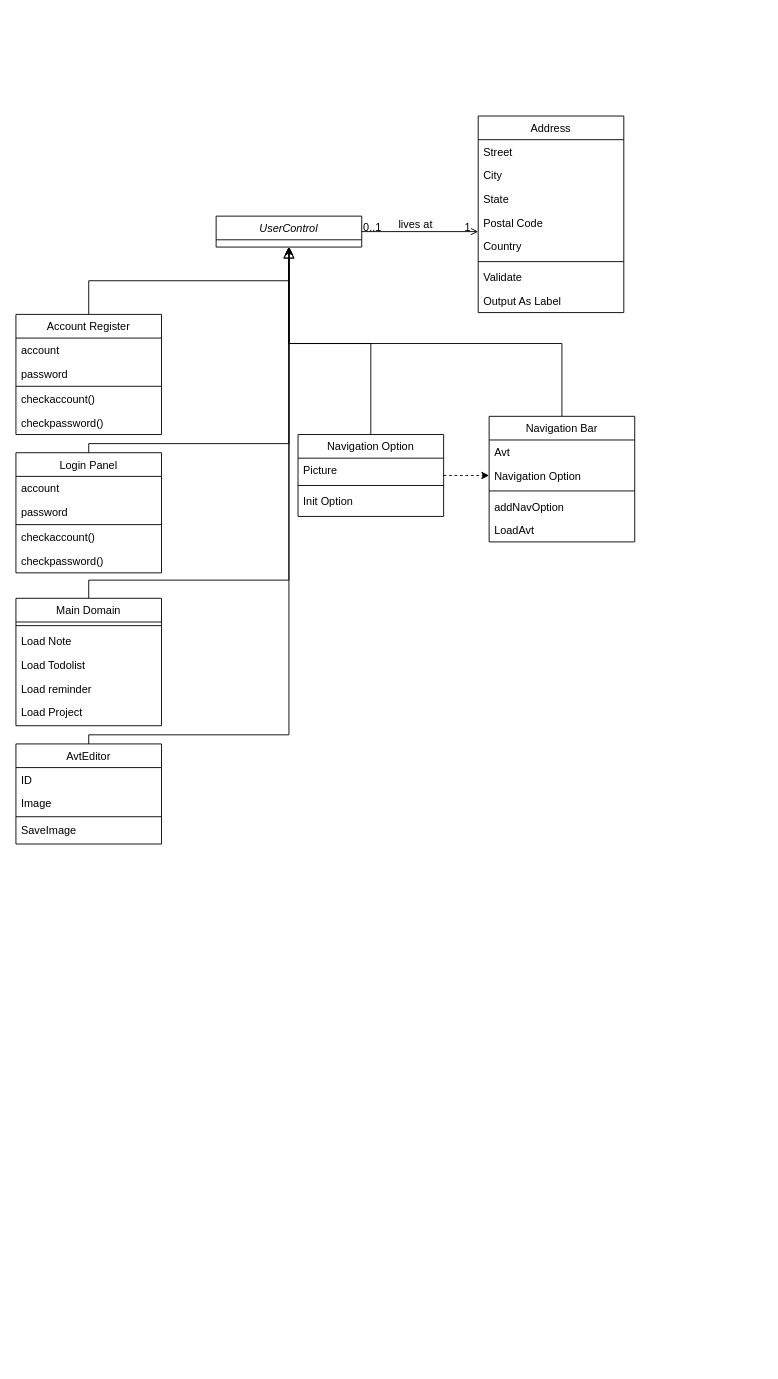
Before: images/Untitled Diagram.drawio in NhaDo/Note-Management, a draw.io diagram. Source tidied: cells renumbered, new cells numbered last; positions are measured from the earlier drawing's top-left corner, leaving out a move shared by most shapes. Both pictures are drawn from the tidied source at 91%, with x=0, y=0 at pixel (15, 116).
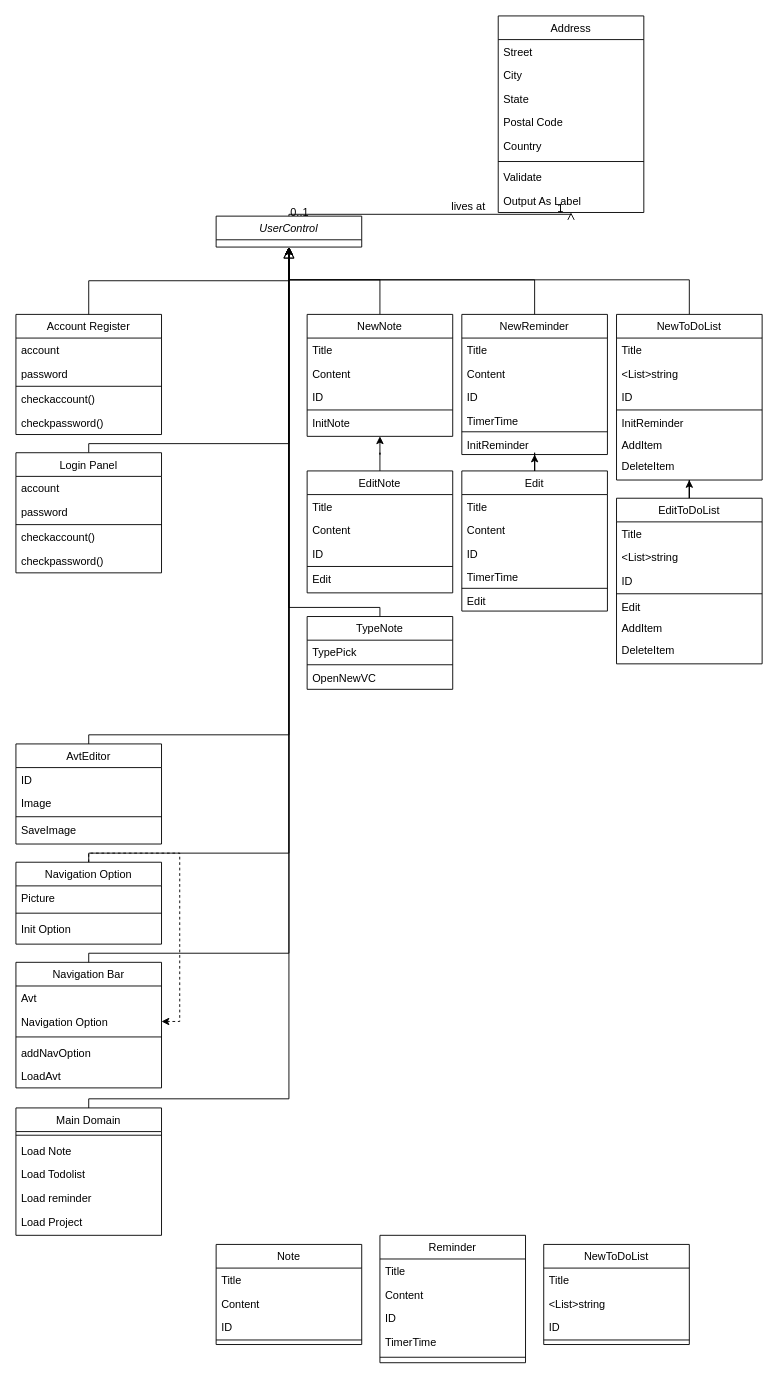
After the change.

Unchanged cells that the change refers to:
```xml
<mxCell id="2" value="UserControl" style="swimlane;fontStyle=2;align=center;verticalAlign=top;horizontal=1;startSize=26;rounded=0;shadow=0;strokeWidth=1;" parent="1" vertex="1">
  <mxGeometry x="220" y="110" width="160" height="34" as="geometry" />
</mxCell>
<mxCell id="5" value="Navigation Option" style="text;align=left;verticalAlign=top;spacingLeft=4;spacingRight=4;overflow=hidden;points=[[0,0.5],[1,0.5]];portConstraint=eastwest;rounded=0;shadow=0;html=0;" parent="3" vertex="1">
  <mxGeometry y="52" width="160" height="26" as="geometry" />
</mxCell>
```

Diff of the diagram source:
```diff
@@
     <mxCell id="3" value="Navigation Bar&#10;" style="swimlane;fontStyle=0;align=center;verticalAlign=top;horizontal=1;startSize=26;rounded=0;shadow=0;strokeWidth=1;" parent="1" vertex="1">
-      <mxGeometry x="520" y="330" width="160" height="138" as="geometry" />
+      <mxGeometry y="930" width="160" height="138" as="geometry" />
     </mxCell>
@@
     <mxCell id="9" style="endArrow=block;endSize=10;endFill=0;shadow=0;strokeWidth=1;rounded=0;edgeStyle=elbowEdgeStyle;elbow=vertical;" parent="1" edge="1" source="3" target="2">
       <mxGeometry relative="1" as="geometry">
         <Array as="points">
+          <mxPoint x="190" y="920" />
+          <mxPoint x="270" y="920" />
+          <mxPoint x="550" y="870" />
+          <mxPoint x="460" y="960" />
+          <mxPoint x="300" y="900" />
+          <mxPoint x="300" y="490" />
           <mxPoint x="420" y="250" />
         </Array>
       </mxGeometry>
     </mxCell>
@@
     <mxCell id="17" value="Address" style="swimlane;fontStyle=0;align=center;verticalAlign=top;horizontal=1;startSize=26;rounded=0;shadow=0;strokeWidth=1;" parent="1" vertex="1">
-      <mxGeometry x="508" width="160" height="216" as="geometry" />
+      <mxGeometry x="530" y="-110" width="160" height="216" as="geometry" />
     </mxCell>
@@
     <mxCell id="30" style="edgeStyle=orthogonalEdgeStyle;rounded=0;jettySize=auto;html=1;" parent="1" edge="1" source="32" target="2">
       <mxGeometry relative="1" as="geometry">
         <Array as="points">
-          <mxPoint x="390" y="250" />
-          <mxPoint x="300" y="250" />
+          <mxPoint x="80" y="810" />
+          <mxPoint x="300" y="810" />
         </Array>
       </mxGeometry>
     </mxCell>
     <mxCell id="31" style="edgeStyle=orthogonalEdgeStyle;rounded=0;jettySize=auto;html=1;dashed=1;" parent="1" edge="1" source="32" target="5">
-      <mxGeometry relative="1" as="geometry" />
+      <mxGeometry relative="1" as="geometry">
+        <Array as="points">
+          <mxPoint x="80" y="810" />
+          <mxPoint x="180" y="810" />
+          <mxPoint x="180" y="995" />
+        </Array>
+      </mxGeometry>
     </mxCell>
     <mxCell id="32" value="Navigation Option" style="swimlane;fontStyle=0;align=center;verticalAlign=top;horizontal=1;startSize=26;rounded=0;shadow=0;strokeWidth=1;" parent="1" vertex="1">
-      <mxGeometry x="310" y="350" width="160" height="90" as="geometry" />
+      <mxGeometry y="820" width="160" height="90" as="geometry" />
     </mxCell>
@@
     <mxCell id="43" style="edgeStyle=orthogonalEdgeStyle;rounded=0;jettySize=auto;html=1;" parent="1" edge="1" source="44" target="2">
       <mxGeometry relative="1" as="geometry">
         <Array as="points">
-          <mxPoint x="80" y="510" />
-          <mxPoint x="300" y="510" />
+          <mxPoint x="80" y="1080" />
+          <mxPoint x="300" y="1080" />
         </Array>
       </mxGeometry>
     </mxCell>
     <mxCell id="44" value="Main Domain" style="swimlane;fontStyle=0;align=center;verticalAlign=top;horizontal=1;startSize=26;rounded=0;shadow=0;strokeWidth=1;" parent="1" vertex="1">
-      <mxGeometry y="530" width="160" height="140" as="geometry" />
+      <mxGeometry y="1090" width="160" height="140" as="geometry" />
     </mxCell>
@@
+    <mxCell id="56" style="edgeStyle=orthogonalEdgeStyle;rounded=0;jettySize=auto;html=1;" parent="1" edge="1" source="57" target="2">
+      <mxGeometry relative="1" as="geometry">
+        <Array as="points">
+          <mxPoint x="400" y="180" />
+          <mxPoint x="300" y="180" />
+        </Array>
+      </mxGeometry>
+    </mxCell>
+    <mxCell id="57" value="NewNote" style="swimlane;fontStyle=0;align=center;verticalAlign=top;horizontal=1;startSize=26;rounded=0;shadow=0;strokeWidth=1;" parent="1" vertex="1">
+      <mxGeometry x="320" y="218" width="160" height="134" as="geometry" />
+    </mxCell>
+    <mxCell id="58" value="Title" style="text;align=left;verticalAlign=top;spacingLeft=4;spacingRight=4;overflow=hidden;" parent="57" vertex="1">
+      <mxGeometry y="26" width="160" height="26" as="geometry" />
+    </mxCell>
+    <mxCell id="59" value="Content" style="text;align=left;verticalAlign=top;spacingLeft=4;spacingRight=4;overflow=hidden;" parent="57" vertex="1">
+      <mxGeometry y="52" width="160" height="26" as="geometry" />
+    </mxCell>
+    <mxCell id="60" value="ID" style="text;align=left;verticalAlign=top;spacingLeft=4;spacingRight=4;overflow=hidden;" parent="57" vertex="1">
+      <mxGeometry y="78" width="160" height="26" as="geometry" />
+    </mxCell>
+    <mxCell id="61" style="line;html=1;strokeWidth=1;align=left;verticalAlign=middle;spacingTop=-1;spacingLeft=3;spacingRight=3;labelPosition=right;" parent="57" vertex="1">
+      <mxGeometry y="104" width="160" height="2" as="geometry" />
+    </mxCell>
+    <mxCell id="62" value="InitNote" style="text;align=left;verticalAlign=top;spacingLeft=4;spacingRight=4;overflow=hidden;" parent="57" vertex="1">
+      <mxGeometry y="106" width="160" height="24" as="geometry" />
+    </mxCell>
+    <mxCell id="63" style="edgeStyle=orthogonalEdgeStyle;rounded=0;jettySize=auto;html=1;" parent="1" edge="1" source="64" target="2">
+      <mxGeometry relative="1" as="geometry">
+        <Array as="points">
+          <mxPoint x="570" y="180" />
+          <mxPoint x="300" y="180" />
+        </Array>
+      </mxGeometry>
+    </mxCell>
+    <mxCell id="64" value="NewReminder" style="swimlane;fontStyle=0;align=center;verticalAlign=top;horizontal=1;startSize=26;rounded=0;shadow=0;strokeWidth=1;" parent="1" vertex="1">
+      <mxGeometry x="490" y="218" width="160" height="154" as="geometry" />
+    </mxCell>
+    <mxCell id="65" value="Title" style="text;align=left;verticalAlign=top;spacingLeft=4;spacingRight=4;overflow=hidden;" parent="64" vertex="1">
+      <mxGeometry y="26" width="160" height="26" as="geometry" />
+    </mxCell>
+    <mxCell id="66" value="Content" style="text;align=left;verticalAlign=top;spacingLeft=4;spacingRight=4;overflow=hidden;" parent="64" vertex="1">
+      <mxGeometry y="52" width="160" height="26" as="geometry" />
+    </mxCell>
+    <mxCell id="67" value="ID" style="text;align=left;verticalAlign=top;spacingLeft=4;spacingRight=4;overflow=hidden;" parent="64" vertex="1">
+      <mxGeometry y="78" width="160" height="26" as="geometry" />
+    </mxCell>
+    <mxCell id="68" value="TimerTime" style="text;align=left;verticalAlign=top;spacingLeft=4;spacingRight=4;overflow=hidden;" parent="64" vertex="1">
+      <mxGeometry y="104" width="160" height="24" as="geometry" />
+    </mxCell>
+    <mxCell id="69" style="line;html=1;strokeWidth=1;align=left;verticalAlign=middle;spacingTop=-1;spacingLeft=3;spacingRight=3;labelPosition=right;" parent="64" vertex="1">
+      <mxGeometry y="128" width="160" height="2" as="geometry" />
+    </mxCell>
+    <mxCell id="70" value="InitReminder" style="text;align=left;verticalAlign=top;spacingLeft=4;spacingRight=4;overflow=hidden;" parent="64" vertex="1">
+      <mxGeometry y="130" width="160" height="24" as="geometry" />
+    </mxCell>
+    <mxCell id="71" style="edgeStyle=orthogonalEdgeStyle;rounded=0;jettySize=auto;html=1;" parent="1" edge="1" source="72" target="2">
+      <mxGeometry relative="1" as="geometry">
+        <Array as="points">
+          <mxPoint x="740" y="180" />
+          <mxPoint x="300" y="180" />
+        </Array>
+      </mxGeometry>
+    </mxCell>
+    <mxCell id="72" value="NewToDoList" style="swimlane;fontStyle=0;align=center;verticalAlign=top;horizontal=1;startSize=26;rounded=0;shadow=0;strokeWidth=1;" parent="1" vertex="1">
+      <mxGeometry x="660" y="218" width="160" height="182" as="geometry" />
+    </mxCell>
+    <mxCell id="73" value="Title" style="text;align=left;verticalAlign=top;spacingLeft=4;spacingRight=4;overflow=hidden;" parent="72" vertex="1">
+      <mxGeometry y="26" width="160" height="26" as="geometry" />
+    </mxCell>
+    <mxCell id="74" value="&lt;List&gt;string" style="text;align=left;verticalAlign=top;spacingLeft=4;spacingRight=4;overflow=hidden;" parent="72" vertex="1">
+      <mxGeometry y="52" width="160" height="26" as="geometry" />
+    </mxCell>
+    <mxCell id="75" value="ID" style="text;align=left;verticalAlign=top;spacingLeft=4;spacingRight=4;overflow=hidden;" parent="72" vertex="1">
+      <mxGeometry y="78" width="160" height="26" as="geometry" />
+    </mxCell>
+    <mxCell id="76" style="line;html=1;strokeWidth=1;align=left;verticalAlign=middle;spacingTop=-1;spacingLeft=3;spacingRight=3;labelPosition=right;" parent="72" vertex="1">
+      <mxGeometry y="104" width="160" height="2" as="geometry" />
+    </mxCell>
+    <mxCell id="77" value="InitReminder" style="text;align=left;verticalAlign=top;spacingLeft=4;spacingRight=4;overflow=hidden;" parent="72" vertex="1">
+      <mxGeometry y="106" width="160" height="24" as="geometry" />
+    </mxCell>
+    <mxCell id="78" value="AddItem" style="text;align=left;verticalAlign=top;spacingLeft=4;spacingRight=4;overflow=hidden;" parent="72" vertex="1">
+      <mxGeometry y="130" width="160" height="24" as="geometry" />
+    </mxCell>
+    <mxCell id="79" value="DeleteItem" style="text;align=left;verticalAlign=top;spacingLeft=4;spacingRight=4;overflow=hidden;" parent="72" vertex="1">
+      <mxGeometry y="154" width="160" height="24" as="geometry" />
+    </mxCell>
+    <mxCell id="80" style="edgeStyle=orthogonalEdgeStyle;rounded=0;jettySize=auto;html=1;" parent="1" edge="1" source="81" target="57">
+      <mxGeometry relative="1" as="geometry" />
+    </mxCell>
+    <mxCell id="81" value="EditNote" style="swimlane;fontStyle=0;align=center;verticalAlign=top;horizontal=1;startSize=26;rounded=0;shadow=0;strokeWidth=1;" parent="1" vertex="1">
+      <mxGeometry x="320" y="390" width="160" height="134" as="geometry" />
+    </mxCell>
+    <mxCell id="82" value="Title" style="text;align=left;verticalAlign=top;spacingLeft=4;spacingRight=4;overflow=hidden;" parent="81" vertex="1">
+      <mxGeometry y="26" width="160" height="26" as="geometry" />
+    </mxCell>
+    <mxCell id="83" value="Content" style="text;align=left;verticalAlign=top;spacingLeft=4;spacingRight=4;overflow=hidden;" parent="81" vertex="1">
+      <mxGeometry y="52" width="160" height="26" as="geometry" />
+    </mxCell>
+    <mxCell id="84" value="ID" style="text;align=left;verticalAlign=top;spacingLeft=4;spacingRight=4;overflow=hidden;" parent="81" vertex="1">
+      <mxGeometry y="78" width="160" height="26" as="geometry" />
+    </mxCell>
+    <mxCell id="85" style="line;html=1;strokeWidth=1;align=left;verticalAlign=middle;spacingTop=-1;spacingLeft=3;spacingRight=3;labelPosition=right;" parent="81" vertex="1">
+      <mxGeometry y="104" width="160" height="2" as="geometry" />
+    </mxCell>
+    <mxCell id="86" value="Edit" style="text;align=left;verticalAlign=top;spacingLeft=4;spacingRight=4;overflow=hidden;" parent="81" vertex="1">
+      <mxGeometry y="106" width="160" height="24" as="geometry" />
+    </mxCell>
+    <mxCell id="87" style="edgeStyle=orthogonalEdgeStyle;rounded=0;jettySize=auto;html=1;" parent="1" edge="1" source="88" target="64">
+      <mxGeometry relative="1" as="geometry" />
+    </mxCell>
+    <mxCell id="88" value="Edit" style="swimlane;fontStyle=0;align=center;verticalAlign=top;horizontal=1;startSize=26;rounded=0;shadow=0;strokeWidth=1;" parent="1" vertex="1">
+      <mxGeometry x="490" y="390" width="160" height="154" as="geometry" />
+    </mxCell>
+    <mxCell id="89" value="Title" style="text;align=left;verticalAlign=top;spacingLeft=4;spacingRight=4;overflow=hidden;" parent="88" vertex="1">
+      <mxGeometry y="26" width="160" height="26" as="geometry" />
+    </mxCell>
+    <mxCell id="90" value="Content" style="text;align=left;verticalAlign=top;spacingLeft=4;spacingRight=4;overflow=hidden;" parent="88" vertex="1">
+      <mxGeometry y="52" width="160" height="26" as="geometry" />
+    </mxCell>
+    <mxCell id="91" value="ID" style="text;align=left;verticalAlign=top;spacingLeft=4;spacingRight=4;overflow=hidden;" parent="88" vertex="1">
+      <mxGeometry y="78" width="160" height="26" as="geometry" />
+    </mxCell>
+    <mxCell id="92" value="TimerTime" style="text;align=left;verticalAlign=top;spacingLeft=4;spacingRight=4;overflow=hidden;" parent="88" vertex="1">
+      <mxGeometry y="104" width="160" height="24" as="geometry" />
+    </mxCell>
+    <mxCell id="93" style="line;html=1;strokeWidth=1;align=left;verticalAlign=middle;spacingTop=-1;spacingLeft=3;spacingRight=3;labelPosition=right;" parent="88" vertex="1">
+      <mxGeometry y="128" width="160" height="2" as="geometry" />
+    </mxCell>
+    <mxCell id="94" value="Edit" style="text;align=left;verticalAlign=top;spacingLeft=4;spacingRight=4;overflow=hidden;" parent="88" vertex="1">
+      <mxGeometry y="130" width="160" height="24" as="geometry" />
+    </mxCell>
+    <mxCell id="95" style="edgeStyle=orthogonalEdgeStyle;rounded=0;jettySize=auto;html=1;" parent="1" edge="1" source="96" target="72">
+      <mxGeometry relative="1" as="geometry" />
+    </mxCell>
+    <mxCell id="96" value="EditToDoList" style="swimlane;fontStyle=0;align=center;verticalAlign=top;horizontal=1;startSize=26;rounded=0;shadow=0;strokeWidth=1;" parent="1" vertex="1">
+      <mxGeometry x="660" y="420" width="160" height="182" as="geometry" />
+    </mxCell>
+    <mxCell id="97" value="Title" style="text;align=left;verticalAlign=top;spacingLeft=4;spacingRight=4;overflow=hidden;" parent="96" vertex="1">
+      <mxGeometry y="26" width="160" height="26" as="geometry" />
+    </mxCell>
+    <mxCell id="98" value="&lt;List&gt;string" style="text;align=left;verticalAlign=top;spacingLeft=4;spacingRight=4;overflow=hidden;" parent="96" vertex="1">
+      <mxGeometry y="52" width="160" height="26" as="geometry" />
+    </mxCell>
+    <mxCell id="99" value="ID" style="text;align=left;verticalAlign=top;spacingLeft=4;spacingRight=4;overflow=hidden;" parent="96" vertex="1">
+      <mxGeometry y="78" width="160" height="26" as="geometry" />
+    </mxCell>
+    <mxCell id="100" style="line;html=1;strokeWidth=1;align=left;verticalAlign=middle;spacingTop=-1;spacingLeft=3;spacingRight=3;labelPosition=right;" parent="96" vertex="1">
+      <mxGeometry y="104" width="160" height="2" as="geometry" />
+    </mxCell>
+    <mxCell id="101" value="Edit" style="text;align=left;verticalAlign=top;spacingLeft=4;spacingRight=4;overflow=hidden;" parent="96" vertex="1">
+      <mxGeometry y="106" width="160" height="24" as="geometry" />
+    </mxCell>
+    <mxCell id="102" value="AddItem" style="text;align=left;verticalAlign=top;spacingLeft=4;spacingRight=4;overflow=hidden;" parent="96" vertex="1">
+      <mxGeometry y="130" width="160" height="24" as="geometry" />
+    </mxCell>
+    <mxCell id="103" value="DeleteItem" style="text;align=left;verticalAlign=top;spacingLeft=4;spacingRight=4;overflow=hidden;" parent="96" vertex="1">
+      <mxGeometry y="154" width="160" height="24" as="geometry" />
+    </mxCell>
+    <mxCell id="104" style="edgeStyle=orthogonalEdgeStyle;rounded=0;jettySize=auto;html=1;" parent="1" edge="1" source="105" target="2">
+      <mxGeometry relative="1" as="geometry">
+        <Array as="points">
+          <mxPoint x="400" y="540" />
+          <mxPoint x="300" y="540" />
+        </Array>
+      </mxGeometry>
+    </mxCell>
+    <mxCell id="105" value="TypeNote" style="swimlane;fontStyle=0;align=center;verticalAlign=top;horizontal=1;startSize=26;rounded=0;shadow=0;strokeWidth=1;" parent="1" vertex="1">
+      <mxGeometry x="320" y="550" width="160" height="80" as="geometry" />
+    </mxCell>
+    <mxCell id="106" value="TypePick" style="text;align=left;verticalAlign=top;spacingLeft=4;spacingRight=4;overflow=hidden;" parent="105" vertex="1">
+      <mxGeometry y="26" width="160" height="26" as="geometry" />
+    </mxCell>
+    <mxCell id="107" style="line;html=1;strokeWidth=1;align=left;verticalAlign=middle;spacingTop=-1;spacingLeft=3;spacingRight=3;labelPosition=right;" parent="105" vertex="1">
+      <mxGeometry y="52" width="160" height="2" as="geometry" />
+    </mxCell>
+    <mxCell id="108" value="OpenNewVC" style="text;align=left;verticalAlign=top;spacingLeft=4;spacingRight=4;overflow=hidden;" parent="105" vertex="1">
+      <mxGeometry y="54" width="160" height="24" as="geometry" />
+    </mxCell>
+    <mxCell id="109" value="Note" style="swimlane;fontStyle=0;align=center;verticalAlign=top;horizontal=1;startSize=26;rounded=0;shadow=0;strokeWidth=1;" parent="1" vertex="1">
+      <mxGeometry x="220" y="1240" width="160" height="110" as="geometry" />
+    </mxCell>
+    <mxCell id="110" value="Title" style="text;align=left;verticalAlign=top;spacingLeft=4;spacingRight=4;overflow=hidden;" parent="109" vertex="1">
+      <mxGeometry y="26" width="160" height="26" as="geometry" />
+    </mxCell>
+    <mxCell id="111" value="Content" style="text;align=left;verticalAlign=top;spacingLeft=4;spacingRight=4;overflow=hidden;" parent="109" vertex="1">
+      <mxGeometry y="52" width="160" height="26" as="geometry" />
+    </mxCell>
+    <mxCell id="112" value="ID" style="text;align=left;verticalAlign=top;spacingLeft=4;spacingRight=4;overflow=hidden;" parent="109" vertex="1">
+      <mxGeometry y="78" width="160" height="26" as="geometry" />
+    </mxCell>
+    <mxCell id="113" style="line;html=1;strokeWidth=1;align=left;verticalAlign=middle;spacingTop=-1;spacingLeft=3;spacingRight=3;labelPosition=right;" parent="109" vertex="1">
+      <mxGeometry y="104" width="160" height="2" as="geometry" />
+    </mxCell>
+    <mxCell id="114" value="Reminder" style="swimlane;fontStyle=0;align=center;verticalAlign=top;horizontal=1;startSize=26;rounded=0;shadow=0;strokeWidth=1;" parent="1" vertex="1">
+      <mxGeometry x="400" y="1230" width="160" height="140" as="geometry" />
+    </mxCell>
+    <mxCell id="115" value="Title" style="text;align=left;verticalAlign=top;spacingLeft=4;spacingRight=4;overflow=hidden;" parent="114" vertex="1">
+      <mxGeometry y="26" width="160" height="26" as="geometry" />
+    </mxCell>
+    <mxCell id="116" value="Content" style="text;align=left;verticalAlign=top;spacingLeft=4;spacingRight=4;overflow=hidden;" parent="114" vertex="1">
+      <mxGeometry y="52" width="160" height="26" as="geometry" />
+    </mxCell>
+    <mxCell id="117" value="ID" style="text;align=left;verticalAlign=top;spacingLeft=4;spacingRight=4;overflow=hidden;" parent="114" vertex="1">
+      <mxGeometry y="78" width="160" height="26" as="geometry" />
+    </mxCell>
+    <mxCell id="118" value="TimerTime" style="text;align=left;verticalAlign=top;spacingLeft=4;spacingRight=4;overflow=hidden;" parent="114" vertex="1">
+      <mxGeometry y="104" width="160" height="24" as="geometry" />
+    </mxCell>
+    <mxCell id="119" style="line;html=1;strokeWidth=1;align=left;verticalAlign=middle;spacingTop=-1;spacingLeft=3;spacingRight=3;labelPosition=right;" parent="114" vertex="1">
+      <mxGeometry y="128" width="160" height="12" as="geometry" />
+    </mxCell>
+    <mxCell id="120" value="NewToDoList" style="swimlane;fontStyle=0;align=center;verticalAlign=top;horizontal=1;startSize=26;rounded=0;shadow=0;strokeWidth=1;" parent="1" vertex="1">
+      <mxGeometry x="580" y="1240" width="160" height="110" as="geometry" />
+    </mxCell>
+    <mxCell id="121" value="Title" style="text;align=left;verticalAlign=top;spacingLeft=4;spacingRight=4;overflow=hidden;" parent="120" vertex="1">
+      <mxGeometry y="26" width="160" height="26" as="geometry" />
+    </mxCell>
+    <mxCell id="122" value="&lt;List&gt;string" style="text;align=left;verticalAlign=top;spacingLeft=4;spacingRight=4;overflow=hidden;" parent="120" vertex="1">
+      <mxGeometry y="52" width="160" height="26" as="geometry" />
+    </mxCell>
+    <mxCell id="123" value="ID" style="text;align=left;verticalAlign=top;spacingLeft=4;spacingRight=4;overflow=hidden;" parent="120" vertex="1">
+      <mxGeometry y="78" width="160" height="26" as="geometry" />
+    </mxCell>
+    <mxCell id="124" style="line;html=1;strokeWidth=1;align=left;verticalAlign=middle;spacingTop=-1;spacingLeft=3;spacingRight=3;labelPosition=right;" parent="120" vertex="1">
+      <mxGeometry y="104" width="160" height="2" as="geometry" />
+    </mxCell>
```
